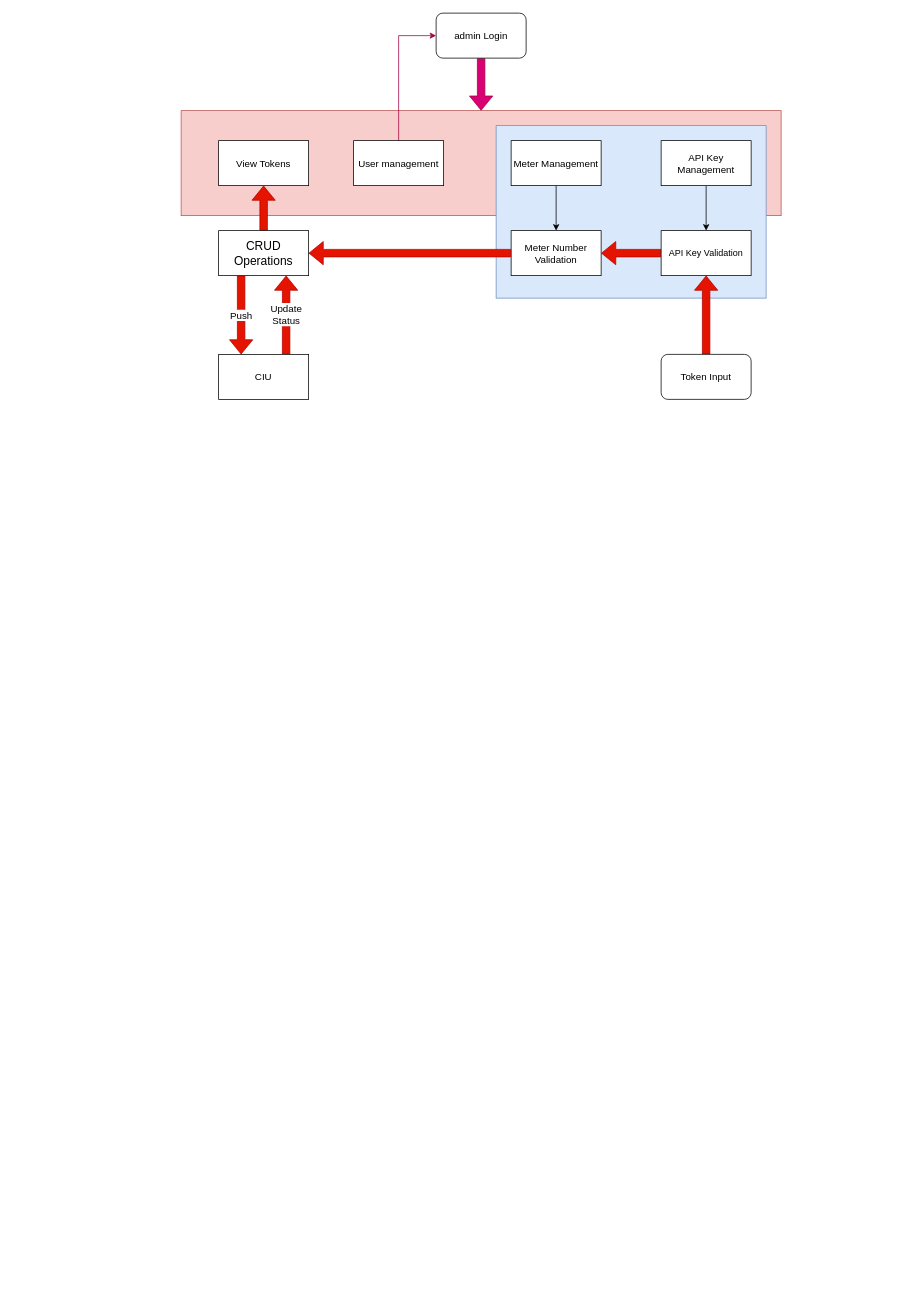
kisinga/ATS keeps this draw.io diagram as assets/logic.drawio. Above is the earlier version. Source tidied: cells renumbered, new cells numbered last; positions are measured from the earlier drawing's top-left corner, leaving out a move shared by most shapes. Both pictures are drawn from the tidied source at 75%, with x=0, y=0 at pixel (181, 13).
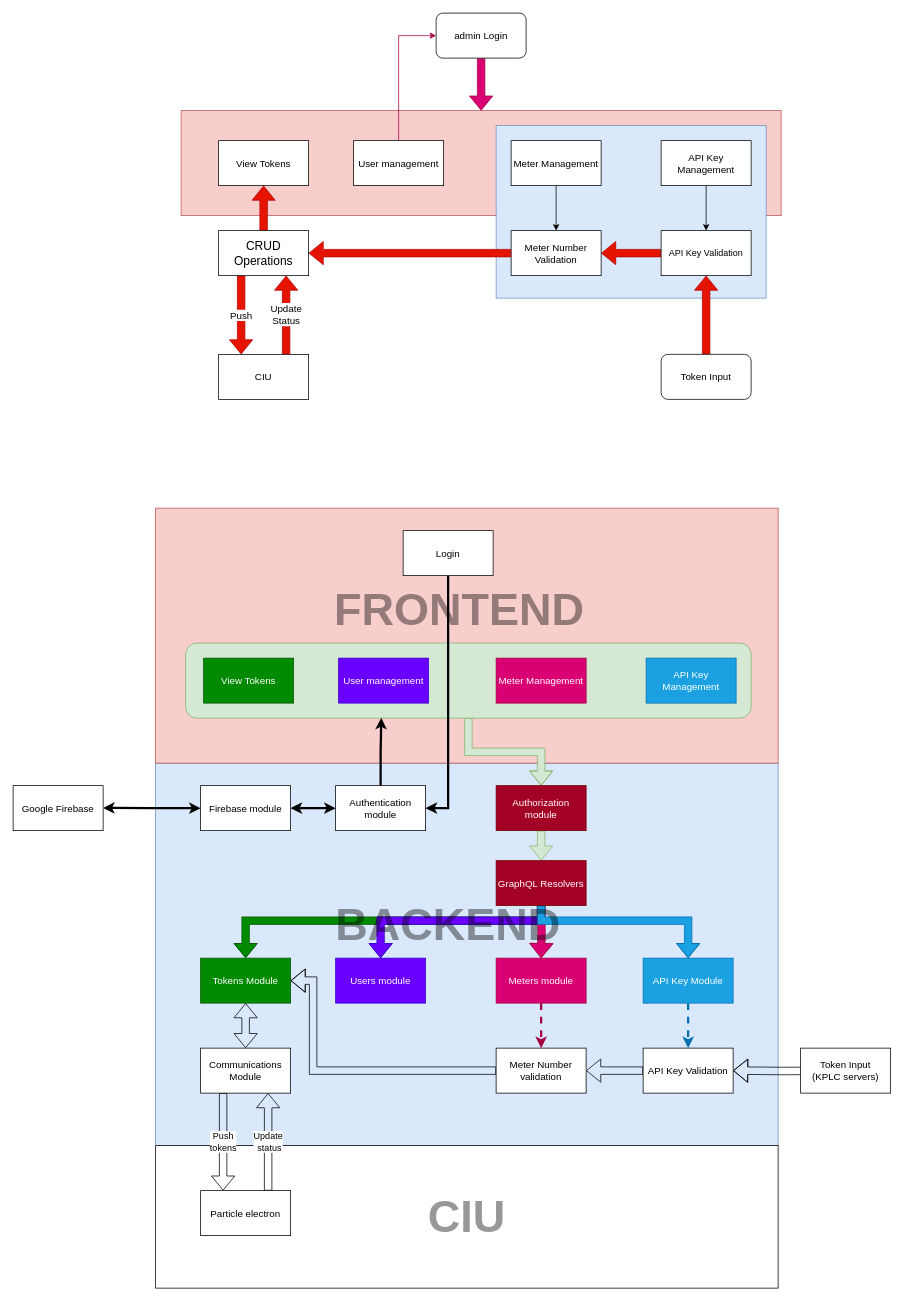
Above is the later version.

What changed in the source:
```diff
@@
+    <mxCell id="24" style="rounded=0;whiteSpace=wrap;html=1;fillColor=#dae8fc;strokeColor=#6c8ebf;textOpacity=40;fontSize=60;fontStyle=1;" parent="1" vertex="1">
+      <mxGeometry x="-34" y="1000" width="830" height="510" as="geometry" />
+    </mxCell>
+    <mxCell id="25" style="rounded=0;whiteSpace=wrap;html=1;fillColor=#f8cecc;strokeColor=#b85450;fontSize=60;textOpacity=40;" parent="1" vertex="1">
+      <mxGeometry x="-34" y="660" width="830" height="340" as="geometry" />
+    </mxCell>
+    <mxCell id="26" style="edgeStyle=orthogonalEdgeStyle;rounded=0;jettySize=auto;html=1;shape=flexArrow;fillColor=#d5e8d4;strokeColor=#82b366;" parent="1" edge="1" source="27" target="52">
+      <mxGeometry relative="1" as="geometry" />
+    </mxCell>
+    <mxCell id="27" style="rounded=1;whiteSpace=wrap;html=1;fillColor=#d5e8d4;strokeColor=#82b366;" parent="1" vertex="1">
+      <mxGeometry x="6" y="840" width="754" height="100" as="geometry" />
+    </mxCell>
@@
+    <mxCell id="28" style="edgeStyle=orthogonalEdgeStyle;rounded=0;jettySize=auto;html=1;entryX=1;entryY=0.5;entryDx=0;entryDy=0;strokeWidth=3;" parent="1" edge="1" source="29" target="46">
+      <mxGeometry relative="1" as="geometry" />
+    </mxCell>
+    <mxCell id="29" value="Login" style="rounded=0;whiteSpace=wrap;html=1;fontSize=13;" parent="1" vertex="1">
+      <mxGeometry x="296" y="690" width="120" height="60" as="geometry" />
+    </mxCell>
+    <mxCell id="30" style="edgeStyle=orthogonalEdgeStyle;rounded=0;jettySize=auto;html=1;entryX=0.346;entryY=0.995;entryDx=0;entryDy=0;entryPerimeter=0;strokeWidth=3;" parent="1" edge="1" source="46" target="27">
+      <mxGeometry relative="1" as="geometry" />
+    </mxCell>
+    <mxCell id="31" style="edgeStyle=orthogonalEdgeStyle;shape=flexArrow;rounded=0;jettySize=auto;html=1;startArrow=none;startFill=0;strokeWidth=1;fontSize=60;entryX=1;entryY=0.5;entryDx=0;entryDy=0;" parent="1" edge="1" source="32" target="44">
+      <mxGeometry relative="1" as="geometry">
+        <Array as="points">
+          <mxPoint x="176" y="1410" />
+          <mxPoint x="176" y="1290" />
+        </Array>
+      </mxGeometry>
+    </mxCell>
+    <mxCell id="32" value="Meter Number validation" style="rounded=0;whiteSpace=wrap;html=1;fontSize=13;" parent="1" vertex="1">
+      <mxGeometry x="420" y="1380" width="120" height="60" as="geometry" />
+    </mxCell>
+    <mxCell id="33" style="edgeStyle=orthogonalEdgeStyle;shape=flexArrow;rounded=0;jettySize=auto;html=1;startArrow=none;startFill=0;strokeWidth=1;fontSize=60;" parent="1" edge="1" source="34" target="32">
+      <mxGeometry relative="1" as="geometry" />
+    </mxCell>
+    <mxCell id="34" value="API Key Validation" style="rounded=0;whiteSpace=wrap;html=1;fontSize=13;" parent="1" vertex="1">
+      <mxGeometry x="616" y="1380" width="120" height="60" as="geometry" />
+    </mxCell>
+    <mxCell id="35" value="User management" style="rounded=0;whiteSpace=wrap;html=1;fontSize=13;fillColor=#6a00ff;strokeColor=#3700CC;fontColor=#ffffff;" parent="1" vertex="1">
+      <mxGeometry x="210" y="860" width="120" height="60" as="geometry" />
+    </mxCell>
+    <mxCell id="36" value="Meter Management" style="rounded=0;whiteSpace=wrap;html=1;fontSize=13;fillColor=#d80073;strokeColor=#A50040;fontColor=#ffffff;" parent="1" vertex="1">
+      <mxGeometry x="420" y="860" width="120" height="60" as="geometry" />
+    </mxCell>
+    <mxCell id="37" value="API Key Management" style="rounded=0;whiteSpace=wrap;html=1;fontSize=13;fillColor=#1ba1e2;strokeColor=#006EAF;fontColor=#ffffff;" parent="1" vertex="1">
+      <mxGeometry x="620" y="860" width="120" height="60" as="geometry" />
+    </mxCell>
+    <mxCell id="38" value="View Tokens" style="rounded=0;whiteSpace=wrap;html=1;fontSize=13;fillColor=#008a00;strokeColor=#005700;fontColor=#ffffff;" parent="1" vertex="1">
+      <mxGeometry x="30" y="860" width="120" height="60" as="geometry" />
+    </mxCell>
+    <mxCell id="39" value="Users module" style="rounded=0;whiteSpace=wrap;html=1;fontSize=13;fillColor=#6a00ff;strokeColor=#3700CC;fontColor=#ffffff;" parent="1" vertex="1">
+      <mxGeometry x="206" y="1260" width="120" height="60" as="geometry" />
+    </mxCell>
+    <mxCell id="40" style="edgeStyle=orthogonalEdgeStyle;rounded=0;jettySize=auto;html=1;entryX=0.5;entryY=0;entryDx=0;entryDy=0;dashed=1;startArrow=none;startFill=0;strokeWidth=3;fontSize=60;jumpSize=6;fillColor=#d80073;strokeColor=#A50040;" parent="1" edge="1" source="41" target="32">
+      <mxGeometry relative="1" as="geometry" />
+    </mxCell>
+    <mxCell id="41" value="Meters module" style="rounded=0;whiteSpace=wrap;html=1;fontSize=13;fillColor=#d80073;strokeColor=#A50040;fontColor=#ffffff;" parent="1" vertex="1">
+      <mxGeometry x="420" y="1260" width="120" height="60" as="geometry" />
+    </mxCell>
+    <mxCell id="42" style="edgeStyle=orthogonalEdgeStyle;rounded=0;jettySize=auto;html=1;startArrow=none;startFill=0;strokeWidth=3;fontSize=60;dashed=1;fillColor=#1ba1e2;strokeColor=#006EAF;" parent="1" edge="1" source="43" target="34">
+      <mxGeometry relative="1" as="geometry" />
+    </mxCell>
+    <mxCell id="43" value="API Key Module" style="rounded=0;whiteSpace=wrap;html=1;fontSize=13;fillColor=#1ba1e2;strokeColor=#006EAF;fontColor=#ffffff;" parent="1" vertex="1">
+      <mxGeometry x="616" y="1260" width="120" height="60" as="geometry" />
+    </mxCell>
+    <mxCell id="44" value="Tokens Module" style="rounded=0;whiteSpace=wrap;html=1;fontSize=13;fillColor=#008a00;strokeColor=#005700;fontColor=#ffffff;" parent="1" vertex="1">
+      <mxGeometry x="26" y="1260" width="120" height="60" as="geometry" />
+    </mxCell>
+    <mxCell id="45" style="edgeStyle=orthogonalEdgeStyle;rounded=0;jettySize=auto;html=1;strokeWidth=3;fontSize=60;startArrow=classic;startFill=1;" parent="1" edge="1" source="46" target="60">
+      <mxGeometry relative="1" as="geometry" />
+    </mxCell>
+    <mxCell id="46" value="Authentication module" style="rounded=0;whiteSpace=wrap;html=1;fontSize=13;" parent="1" vertex="1">
+      <mxGeometry x="206" y="1030" width="120" height="60" as="geometry" />
+    </mxCell>
+    <mxCell id="47" style="edgeStyle=orthogonalEdgeStyle;shape=flexArrow;rounded=0;jettySize=auto;html=1;fillColor=#008a00;strokeColor=#005700;" parent="1" edge="1" target="44">
+      <mxGeometry relative="1" as="geometry">
+        <mxPoint x="480" y="1190" as="sourcePoint" />
+        <Array as="points">
+          <mxPoint x="480" y="1210" />
+          <mxPoint x="86" y="1210" />
+        </Array>
+      </mxGeometry>
+    </mxCell>
+    <mxCell id="48" style="edgeStyle=orthogonalEdgeStyle;shape=flexArrow;rounded=0;jettySize=auto;html=1;fillColor=#6a00ff;strokeColor=#3700CC;" parent="1" edge="1" target="39">
+      <mxGeometry relative="1" as="geometry">
+        <mxPoint x="480" y="1190" as="sourcePoint" />
+        <Array as="points">
+          <mxPoint x="480" y="1210" />
+          <mxPoint x="266" y="1210" />
+        </Array>
+      </mxGeometry>
+    </mxCell>
+    <mxCell id="49" style="edgeStyle=orthogonalEdgeStyle;rounded=0;jettySize=auto;html=1;startArrow=none;startFill=0;strokeWidth=1;fontSize=60;shape=flexArrow;fillColor=#d80073;strokeColor=#A50040;" parent="1" edge="1" target="41">
+      <mxGeometry relative="1" as="geometry">
+        <mxPoint x="480" y="1190" as="sourcePoint" />
+      </mxGeometry>
+    </mxCell>
+    <mxCell id="50" style="edgeStyle=orthogonalEdgeStyle;shape=flexArrow;rounded=0;jettySize=auto;html=1;startArrow=none;startFill=0;strokeWidth=1;fontSize=60;fillColor=#1ba1e2;strokeColor=#006EAF;" parent="1" edge="1" target="43">
+      <mxGeometry relative="1" as="geometry">
+        <mxPoint x="480" y="1190" as="sourcePoint" />
+        <Array as="points">
+          <mxPoint x="480" y="1210" />
+          <mxPoint x="676" y="1210" />
+        </Array>
+      </mxGeometry>
+    </mxCell>
+    <mxCell id="51" style="edgeStyle=orthogonalEdgeStyle;rounded=0;jumpSize=6;jettySize=auto;html=1;startArrow=none;startFill=0;strokeWidth=1;fontSize=12;shape=flexArrow;fillColor=#d5e8d4;strokeColor=#82b366;" parent="1" edge="1" source="52" target="61">
+      <mxGeometry relative="1" as="geometry" />
+    </mxCell>
+    <mxCell id="52" value="Authorization module" style="rounded=0;whiteSpace=wrap;html=1;fillColor=#a20025;strokeColor=#6F0000;fontSize=13;fontColor=#ffffff;" parent="1" vertex="1">
+      <mxGeometry x="420" y="1030" width="120" height="60" as="geometry" />
+    </mxCell>
+    <mxCell id="53" style="edgeStyle=orthogonalEdgeStyle;shape=flexArrow;rounded=0;jettySize=auto;html=1;startArrow=none;startFill=0;strokeWidth=1;fontSize=60;" parent="1" edge="1" target="34">
+      <mxGeometry relative="1" as="geometry">
+        <mxPoint x="876" y="1410" as="sourcePoint" />
+      </mxGeometry>
+    </mxCell>
+    <mxCell id="54" value="Token Input&lt;br&gt;(KPLC servers)" style="rounded=0;whiteSpace=wrap;html=1;fontSize=13;" parent="1" vertex="1">
+      <mxGeometry x="826" y="1380" width="120" height="60" as="geometry" />
+    </mxCell>
+    <mxCell id="55" value="CIU" style="rounded=0;whiteSpace=wrap;html=1;fontSize=60;fontStyle=1;textOpacity=40;" parent="1" vertex="1">
+      <mxGeometry x="-34" y="1510" width="830" height="190" as="geometry" />
+    </mxCell>
+    <mxCell id="56" value="&lt;font style=&quot;font-size: 12px&quot;&gt;Update&lt;br&gt;&amp;nbsp;status&lt;/font&gt;" style="edgeStyle=orthogonalEdgeStyle;shape=flexArrow;rounded=0;jettySize=auto;html=1;startArrow=none;startFill=0;strokeWidth=1;fontSize=12;entryX=0.75;entryY=1;entryDx=0;entryDy=0;exitX=0.75;exitY=0;exitDx=0;exitDy=0;" parent="1" edge="1" source="57" target="62">
+      <mxGeometry relative="1" as="geometry" />
+    </mxCell>
+    <mxCell id="57" value="Particle electron" style="rounded=0;whiteSpace=wrap;html=1;fontSize=13;" parent="1" vertex="1">
+      <mxGeometry x="26" y="1570" width="120" height="60" as="geometry" />
+    </mxCell>
+    <mxCell id="58" value="FRONTEND" style="rounded=0;whiteSpace=wrap;html=1;fontSize=60;strokeColor=none;fillColor=none;textOpacity=40;fontStyle=1;" parent="1" vertex="1">
+      <mxGeometry x="191" y="740" width="360" height="110" as="geometry" />
+    </mxCell>
+    <mxCell id="59" value="Push&lt;br&gt;tokens" style="edgeStyle=orthogonalEdgeStyle;shape=flexArrow;rounded=0;jettySize=auto;html=1;startArrow=none;startFill=0;strokeWidth=1;fontSize=12;exitX=0.25;exitY=1;exitDx=0;exitDy=0;entryX=0.25;entryY=0;entryDx=0;entryDy=0;" parent="1" edge="1" source="62" target="57">
+      <mxGeometry relative="1" as="geometry" />
+    </mxCell>
+    <mxCell id="60" value="Firebase module" style="rounded=0;whiteSpace=wrap;html=1;fontSize=13;" parent="1" vertex="1">
+      <mxGeometry x="26" y="1030" width="120" height="60" as="geometry" />
+    </mxCell>
+    <mxCell id="61" value="GraphQL Resolvers" style="rounded=0;whiteSpace=wrap;html=1;fillColor=#a20025;fontSize=13;strokeColor=#6F0000;fontColor=#ffffff;" parent="1" vertex="1">
+      <mxGeometry x="420" y="1130" width="120" height="60" as="geometry" />
+    </mxCell>
+    <mxCell id="62" value="Communications Module" style="rounded=0;whiteSpace=wrap;html=1;fontSize=13;" parent="1" vertex="1">
+      <mxGeometry x="26" y="1380" width="120" height="60" as="geometry" />
+    </mxCell>
+    <mxCell id="63" style="edgeStyle=orthogonalEdgeStyle;shape=flexArrow;rounded=0;jettySize=auto;html=1;startArrow=block;startFill=0;strokeWidth=1;fontSize=60;" parent="1" edge="1" source="44" target="62">
+      <mxGeometry relative="1" as="geometry" />
+    </mxCell>
+    <mxCell id="64" value="BACKEND" style="rounded=0;whiteSpace=wrap;html=1;fontSize=60;strokeColor=none;fillColor=none;textOpacity=40;fontStyle=1;" parent="1" vertex="1">
+      <mxGeometry x="176" y="1160" width="360" height="110" as="geometry" />
+    </mxCell>
+    <mxCell id="65" value="Google Firebase" style="rounded=0;whiteSpace=wrap;html=1;fontSize=13;" parent="1" vertex="1">
+      <mxGeometry x="-224" y="1030" width="120" height="60" as="geometry" />
+    </mxCell>
+    <mxCell id="66" style="edgeStyle=orthogonalEdgeStyle;rounded=0;jettySize=auto;html=1;strokeWidth=3;fontSize=60;startArrow=classic;startFill=1;" parent="1" edge="1" source="60">
+      <mxGeometry relative="1" as="geometry">
+        <mxPoint x="-104" y="1059.7" as="targetPoint" />
+      </mxGeometry>
+    </mxCell>
```
